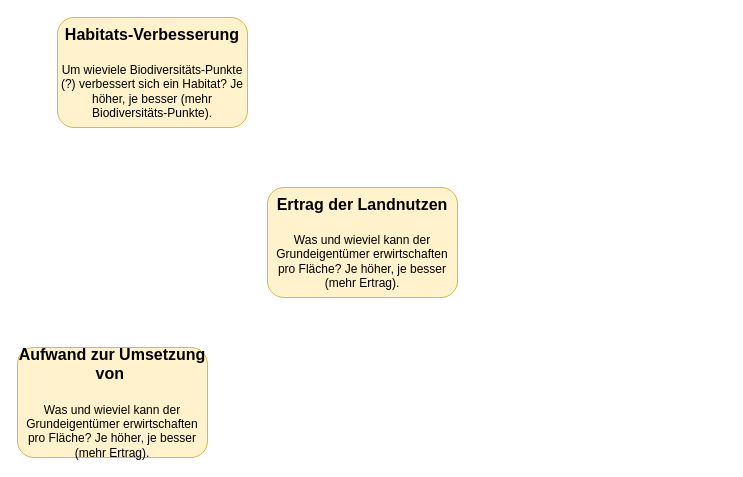
Earlier version of the draw.io diagram Simon_Biodiv_System.drawio (SimonZbinden/upl2). Source tidied: cells renumbered, new cells numbered last; positions are measured from the earlier drawing's top-left corner, leaving out a move shared by most shapes. Both pictures are drawn from the tidied source at 100%, with x=0, y=0 at pixel (17, 17).
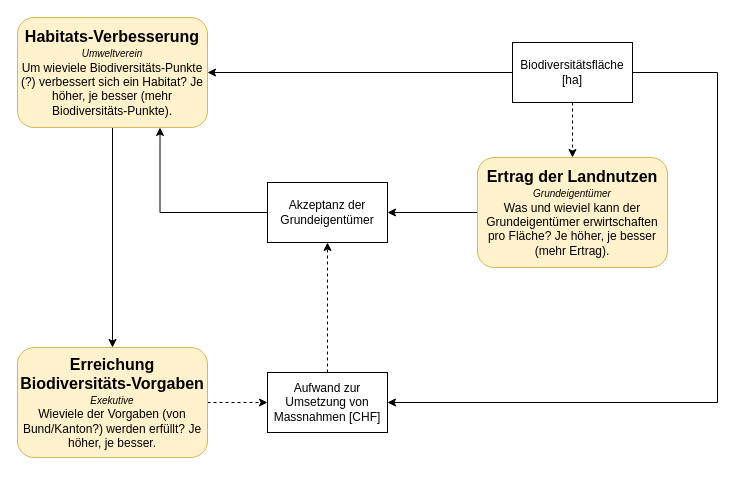
The same page after the edit.

The edit, as a diff of the source:
```diff
@@
 <mxGraphModel>
   <root>
     <mxCell id="0" />
     <mxCell id="1" parent="0" />
+    <mxCell id="5" style="edgeStyle=orthogonalEdgeStyle;rounded=0;jettySize=auto;html=1;entryX=1;entryY=0.5;entryDx=0;entryDy=0;" parent="1" edge="1" source="2" target="13">
+      <mxGeometry relative="1" as="geometry" />
+    </mxCell>
-    <mxCell id="2" value="&lt;b&gt;&lt;font style=&quot;font-size: 16px;&quot;&gt;Ertrag der Landnutzen&lt;/font&gt;&lt;/b&gt;&lt;div&gt;&lt;span style=&quot;font-size: 16px;&quot;&gt;&lt;b&gt;&lt;br&gt;&lt;/b&gt;&lt;/span&gt;&lt;div&gt;Was und wieviel kann der Grundeigentümer erwirtschaften pro Fläche? Je höher, je besser (mehr Ertrag).&lt;/div&gt;&lt;/div&gt;" style="rounded=1;whiteSpace=wrap;html=1;fillColor=#fff2cc;strokeColor=#d6b656;" parent="1" vertex="1">
-      <mxGeometry x="250" y="170" width="190" height="110" as="geometry" />
+    <mxCell id="2" value="&lt;b&gt;&lt;font style=&quot;font-size: 16px;&quot;&gt;Ertrag der Landnutzen&lt;/font&gt;&lt;/b&gt;&lt;div&gt;&lt;font size=&quot;1&quot;&gt;&lt;i&gt;Grundeigentümer&lt;/i&gt;&lt;/font&gt;&lt;br&gt;&lt;div&gt;Was und wieviel kann der Grundeigentümer erwirtschaften pro Fläche? Je höher, je besser (mehr Ertrag).&lt;/div&gt;&lt;/div&gt;" style="rounded=1;whiteSpace=wrap;html=1;fillColor=#fff2cc;strokeColor=#d6b656;" parent="1" vertex="1">
+      <mxGeometry x="460" y="140" width="190" height="110" as="geometry" />
     </mxCell>
+    <mxCell id="6" style="edgeStyle=orthogonalEdgeStyle;rounded=0;jettySize=auto;html=1;entryX=0.5;entryY=0;entryDx=0;entryDy=0;" parent="1" edge="1" source="3" target="4">
+      <mxGeometry relative="1" as="geometry" />
+    </mxCell>
-    <mxCell id="3" value="&lt;b&gt;&lt;font style=&quot;font-size: 16px;&quot;&gt;Habitats-Verbesserung&lt;/font&gt;&lt;/b&gt;&lt;div&gt;&lt;span style=&quot;font-size: 16px;&quot;&gt;&lt;b&gt;&lt;br&gt;&lt;/b&gt;&lt;/span&gt;&lt;div&gt;Um wieviele Biodiversitäts-Punkte (?) verbessert sich ein Habitat? Je höher, je besser (mehr Biodiversitäts-Punkte).&lt;/div&gt;&lt;/div&gt;" style="rounded=1;whiteSpace=wrap;html=1;fillColor=#fff2cc;strokeColor=#d6b656;" parent="1" vertex="1">
-      <mxGeometry x="40" width="190" height="110" as="geometry" />
+    <mxCell id="3" value="&lt;b&gt;&lt;font style=&quot;font-size: 16px;&quot;&gt;Habitats-Verbesserung&lt;/font&gt;&lt;/b&gt;&lt;div&gt;&lt;font size=&quot;1&quot;&gt;&lt;i&gt;Umweltverein&lt;/i&gt;&lt;/font&gt;&lt;br&gt;&lt;div&gt;Um wieviele Biodiversitäts-Punkte (?) verbessert sich ein Habitat? Je höher, je besser (mehr Biodiversitäts-Punkte).&lt;/div&gt;&lt;/div&gt;" style="rounded=1;whiteSpace=wrap;html=1;fillColor=#fff2cc;strokeColor=#d6b656;" parent="1" vertex="1">
+      <mxGeometry width="190" height="110" as="geometry" />
     </mxCell>
+    <mxCell id="7" style="edgeStyle=orthogonalEdgeStyle;rounded=0;jettySize=auto;html=1;entryX=0;entryY=0.5;entryDx=0;entryDy=0;dashed=1;" parent="1" edge="1" source="4" target="15">
+      <mxGeometry relative="1" as="geometry" />
+    </mxCell>
-    <mxCell id="4" value="&lt;b&gt;&lt;font style=&quot;font-size: 16px;&quot;&gt;Aufwand zur Umsetzung von&amp;nbsp;&lt;/font&gt;&lt;/b&gt;&lt;div&gt;&lt;span style=&quot;font-size: 16px;&quot;&gt;&lt;b&gt;&lt;br&gt;&lt;/b&gt;&lt;/span&gt;&lt;div&gt;Was und wieviel kann der Grundeigentümer erwirtschaften pro Fläche? Je höher, je besser (mehr Ertrag).&lt;/div&gt;&lt;/div&gt;" style="rounded=1;whiteSpace=wrap;html=1;fillColor=#fff2cc;strokeColor=#d6b656;" parent="1" vertex="1">
+    <mxCell id="4" value="&lt;b&gt;&lt;font style=&quot;font-size: 16px;&quot;&gt;Erreichung Biodiversitäts-Vorgaben&lt;/font&gt;&lt;/b&gt;&lt;div&gt;&lt;font size=&quot;1&quot;&gt;&lt;i&gt;Exekutive&lt;/i&gt;&lt;/font&gt;&lt;br&gt;&lt;div&gt;Wieviele der Vorgaben (von Bund/Kanton?) werden erfüllt? Je höher, je besser.&lt;/div&gt;&lt;/div&gt;" style="rounded=1;whiteSpace=wrap;html=1;fillColor=#fff2cc;strokeColor=#d6b656;" parent="1" vertex="1">
       <mxGeometry y="330" width="190" height="110" as="geometry" />
     </mxCell>
+    <mxCell id="8" style="edgeStyle=orthogonalEdgeStyle;rounded=0;jettySize=auto;html=1;entryX=1;entryY=0.5;entryDx=0;entryDy=0;" parent="1" edge="1" source="11" target="3">
+      <mxGeometry relative="1" as="geometry" />
+    </mxCell>
+    <mxCell id="9" style="edgeStyle=orthogonalEdgeStyle;rounded=0;jettySize=auto;html=1;entryX=0.5;entryY=0;entryDx=0;entryDy=0;dashed=1;" parent="1" edge="1" source="11" target="2">
+      <mxGeometry relative="1" as="geometry" />
+    </mxCell>
+    <mxCell id="10" style="edgeStyle=orthogonalEdgeStyle;rounded=0;jettySize=auto;html=1;entryX=1;entryY=0.5;entryDx=0;entryDy=0;exitX=1;exitY=0.5;exitDx=0;exitDy=0;" parent="1" edge="1" source="11" target="15">
+      <mxGeometry relative="1" as="geometry">
+        <Array as="points">
+          <mxPoint x="700" y="55" />
+          <mxPoint x="700" y="385" />
+        </Array>
+      </mxGeometry>
+    </mxCell>
+    <mxCell id="11" value="Biodiversitätsfläche&lt;div&gt;[ha]&lt;/div&gt;" style="rounded=0;whiteSpace=wrap;html=1;" parent="1" vertex="1">
+      <mxGeometry x="495" y="25" width="120" height="60" as="geometry" />
+    </mxCell>
+    <mxCell id="12" style="edgeStyle=orthogonalEdgeStyle;rounded=0;jettySize=auto;html=1;entryX=0.75;entryY=1;entryDx=0;entryDy=0;" parent="1" edge="1" source="13" target="3">
+      <mxGeometry relative="1" as="geometry" />
+    </mxCell>
+    <mxCell id="13" value="Akzeptanz der Grundeigentümer" style="rounded=0;whiteSpace=wrap;html=1;" parent="1" vertex="1">
+      <mxGeometry x="250" y="165" width="120" height="60" as="geometry" />
+    </mxCell>
+    <mxCell id="14" style="edgeStyle=orthogonalEdgeStyle;rounded=0;jettySize=auto;html=1;entryX=0.5;entryY=1;entryDx=0;entryDy=0;dashed=1;" parent="1" edge="1" source="15" target="13">
+      <mxGeometry relative="1" as="geometry" />
+    </mxCell>
+    <mxCell id="15" value="Aufwand zur Umsetzung von Massnahmen [CHF]" style="rounded=0;whiteSpace=wrap;html=1;" parent="1" vertex="1">
+      <mxGeometry x="250" y="355" width="120" height="60" as="geometry" />
+    </mxCell>
   </root>
 </mxGraphModel>
```
